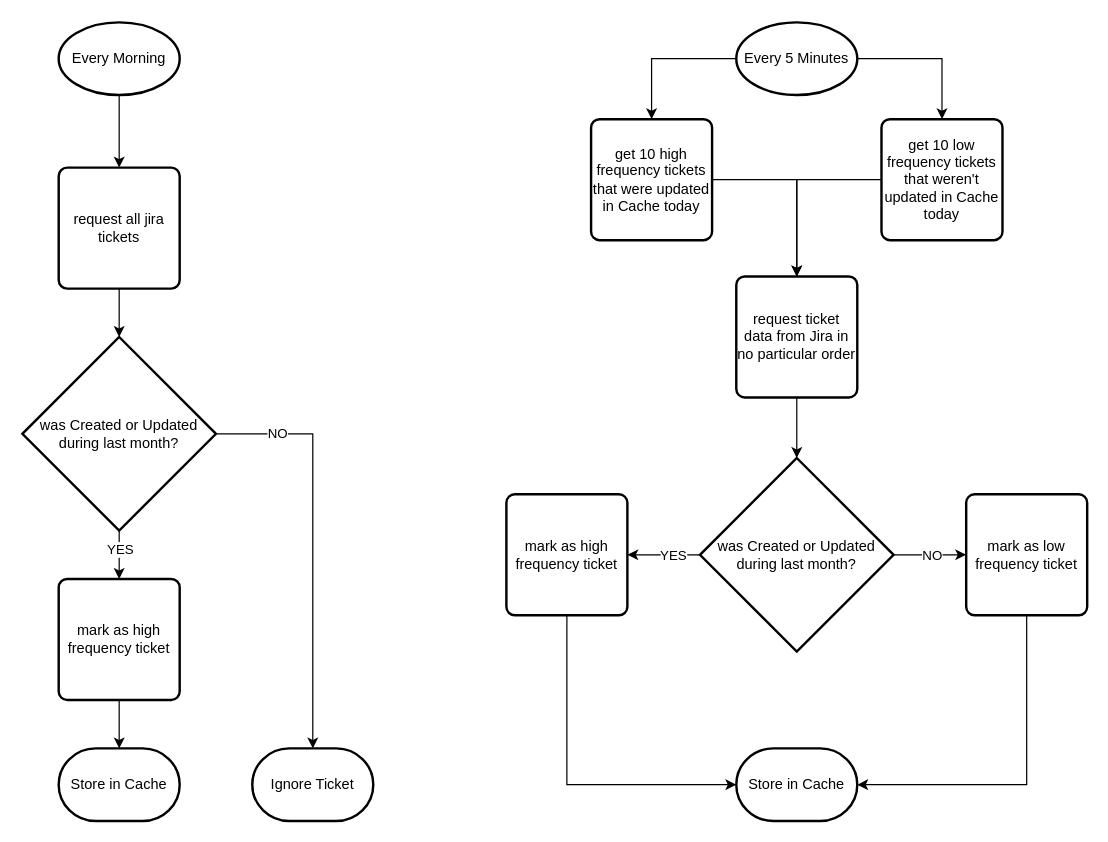
Skadisson/petrus keeps this draw.io diagram as src/JiraSync.drawio. Above is the earlier version. Source tidied: cells renumbered, new cells numbered last; positions are measured from the earlier drawing's top-left corner, leaving out a move shared by most shapes. Both pictures are drawn from the tidied source at 121%, with x=0, y=0 at pixel (22, 22).
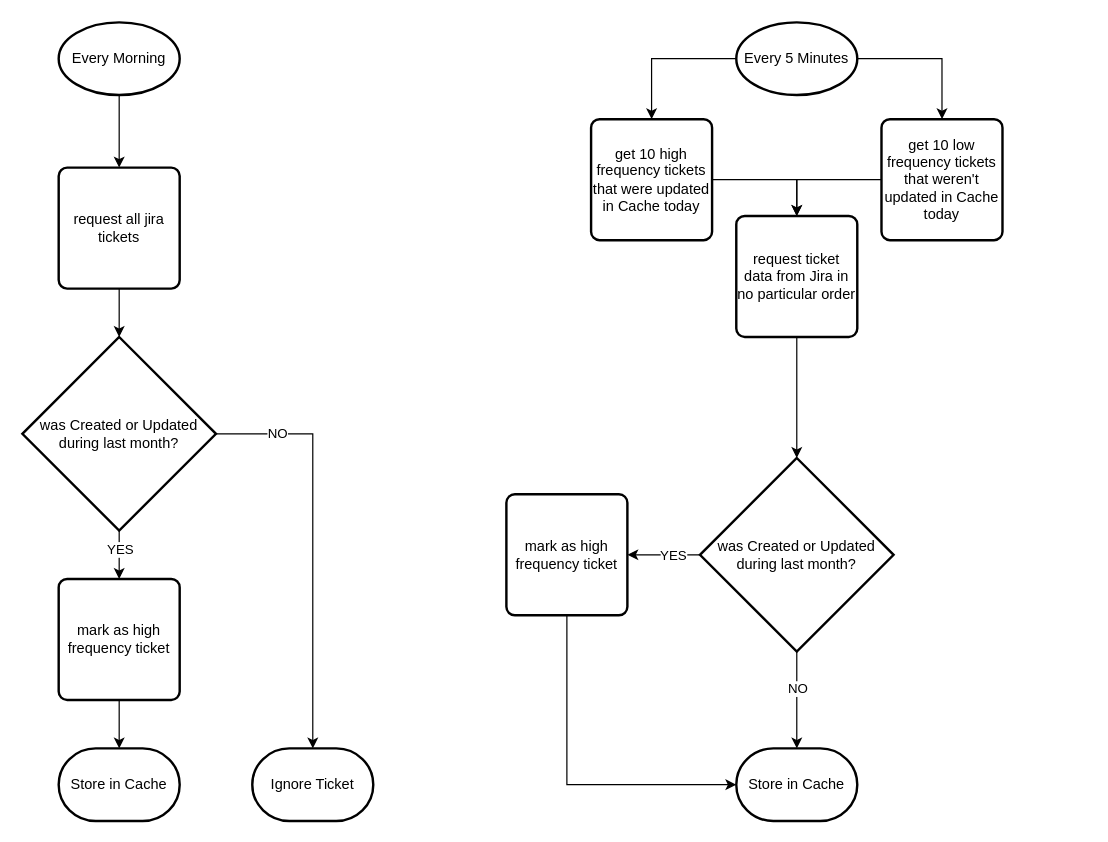
The same page after the edit.

Commit message:
updated parallel sync concept

The change refers to these unchanged cells:
```xml
<mxCell id="12" value="was Created or Updated during last month?" style="strokeWidth=2;html=1;shape=mxgraph.flowchart.decision;whiteSpace=wrap;" parent="1" vertex="1">
  <mxGeometry x="560" y="360" width="160" height="160" as="geometry" />
</mxCell>
<mxCell id="20" value="Store in Cache" style="strokeWidth=2;html=1;shape=mxgraph.flowchart.terminator;whiteSpace=wrap;" parent="1" vertex="1">
  <mxGeometry x="590" y="600" width="100" height="60" as="geometry" />
</mxCell>
```

The edit, as a diff of the source:
```diff
@@
-    <mxCell id="10" style="edgeStyle=orthogonalEdgeStyle;rounded=0;jettySize=auto;html=1;entryX=0;entryY=0.5;entryDx=0;entryDy=0;" parent="1" edge="1" source="12" target="16">
-      <mxGeometry relative="1" as="geometry" />
-    </mxCell>
+    <mxCell id="34" style="edgeStyle=orthogonalEdgeStyle;rounded=0;jettySize=auto;html=1;entryX=0.5;entryY=0;entryDx=0;entryDy=0;entryPerimeter=0;" parent="1" edge="1" source="12" target="20">
+      <mxGeometry relative="1" as="geometry" />
+    </mxCell>
-    <mxCell id="11" value="NO" style="edgeLabel;html=1;align=center;verticalAlign=middle;" parent="10" vertex="1">
-      <mxGeometry x="0.24" y="1" relative="1" as="geometry">
-        <mxPoint x="-6" y="1" as="offset" />
+    <mxCell id="11" value="NO" style="edgeLabel;html=1;align=center;verticalAlign=middle;" parent="34" vertex="1">
+      <mxGeometry x="-0.25" y="1" relative="1" as="geometry">
+        <mxPoint x="-1" as="offset" />
       </mxGeometry>
     </mxCell>
@@
-    <mxCell id="15" style="edgeStyle=orthogonalEdgeStyle;rounded=0;jettySize=auto;html=1;entryX=1;entryY=0.5;entryDx=0;entryDy=0;entryPerimeter=0;exitX=0.5;exitY=1;exitDx=0;exitDy=0;" parent="1" edge="1" source="16" target="20">
-      <mxGeometry relative="1" as="geometry" />
-    </mxCell>
-    <mxCell id="16" value="mark as low frequency ticket" style="rounded=1;whiteSpace=wrap;html=1;absoluteArcSize=1;arcSize=14;strokeWidth=2;" parent="1" vertex="1">
-      <mxGeometry x="780" y="390" width="100" height="100" as="geometry" />
-    </mxCell>
@@
     <mxCell id="18" value="request ticket data from Jira in no particular order" style="rounded=1;whiteSpace=wrap;html=1;absoluteArcSize=1;arcSize=14;strokeWidth=2;" parent="1" vertex="1">
-      <mxGeometry x="590" y="210" width="100" height="100" as="geometry" />
+      <mxGeometry x="590" y="160" width="100" height="100" as="geometry" />
     </mxCell>
```
